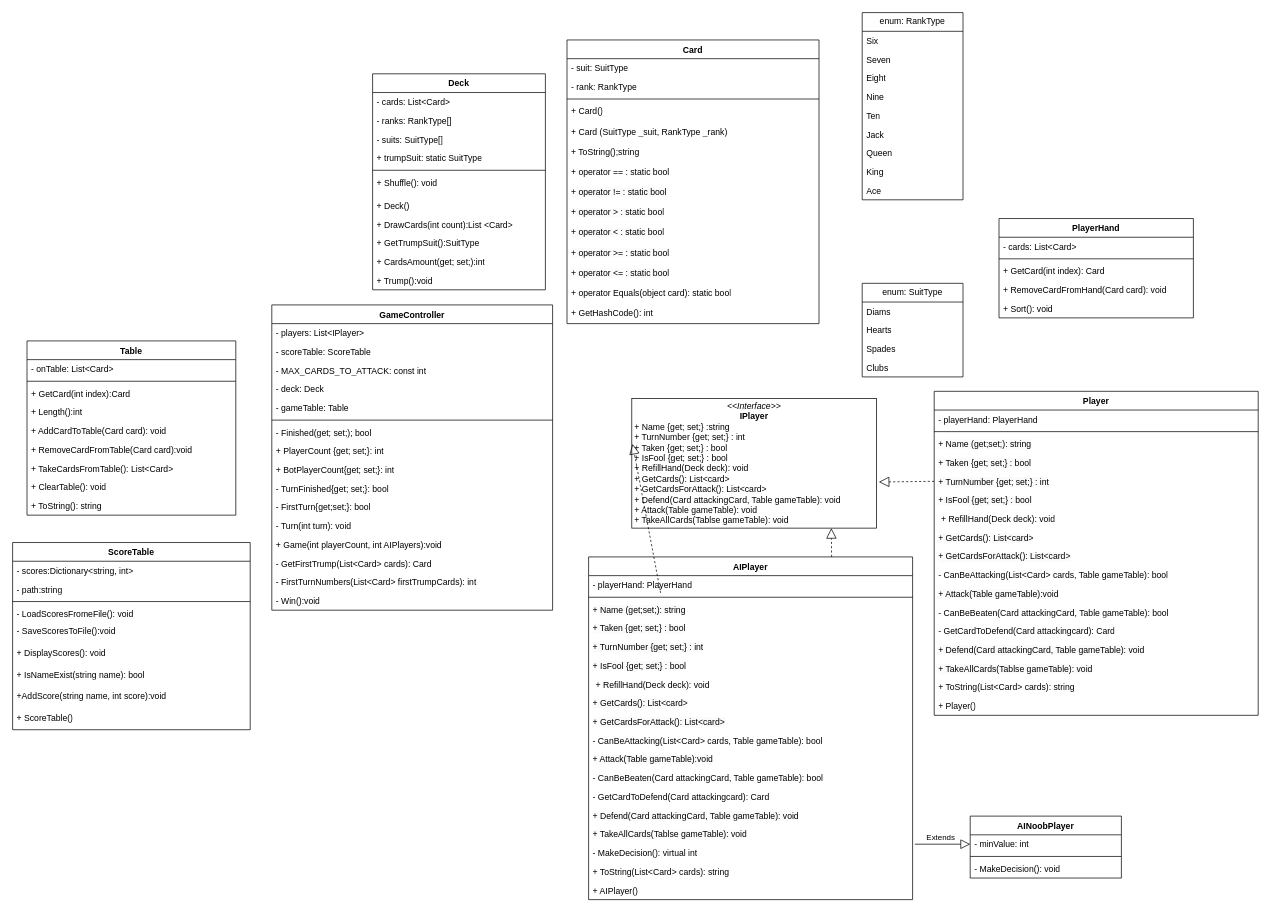
Earlier version of the draw.io diagram Docs/ДуракМодель.drawio (Stebusha/TheFool). Source tidied: cells renumbered, new cells numbered last; positions are measured from the earlier drawing's top-left corner, leaving out a move shared by most shapes. Both pictures are drawn from the tidied source at 72%, with x=0, y=0 at pixel (12, 12).
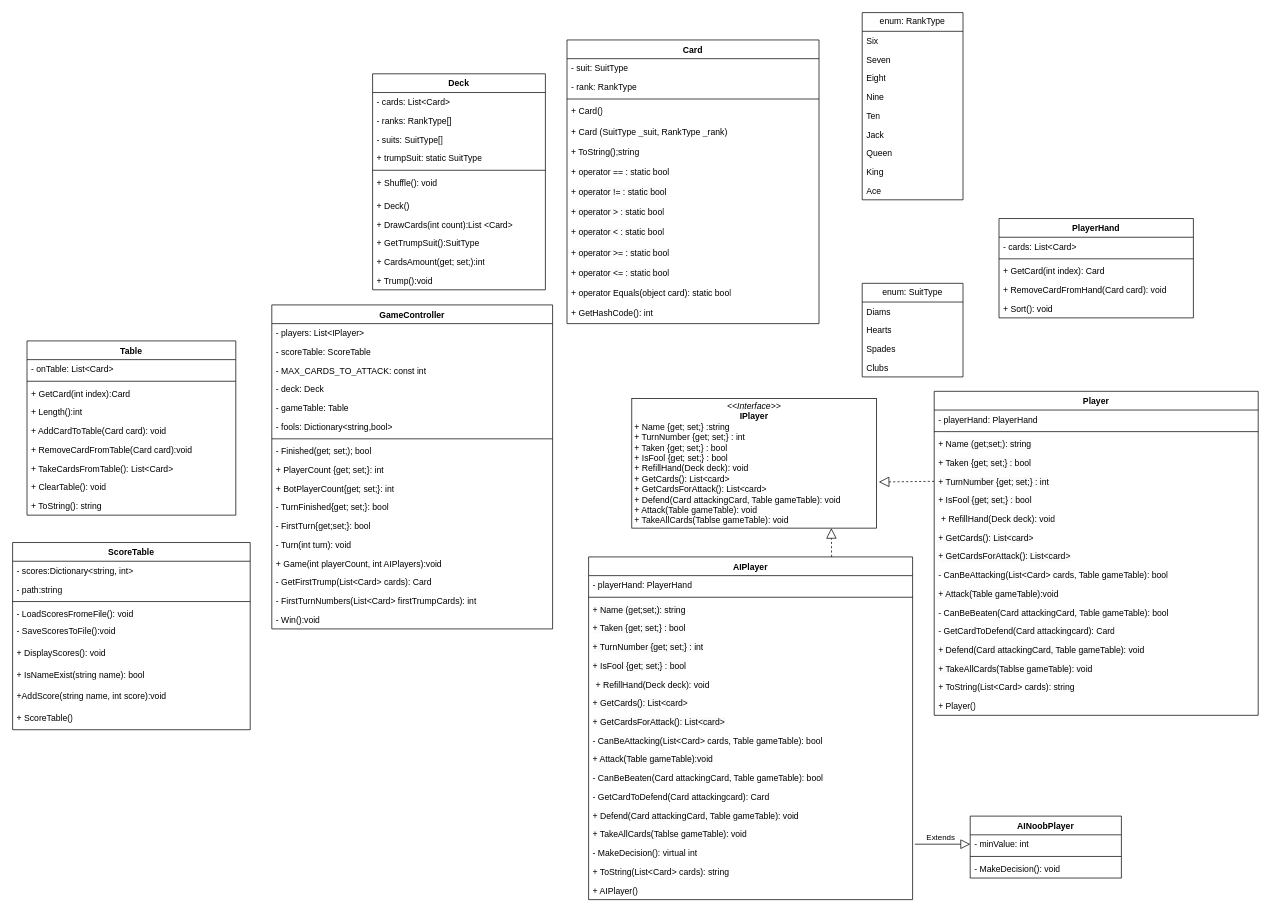
The same page after the edit.

The change refers to these unchanged cells:
```xml
<mxCell id="2" value="&lt;p style=&quot;margin:0px;margin-top:4px;text-align:center;&quot;&gt;&lt;i&gt;&amp;lt;&amp;lt;Interface&amp;gt;&amp;gt;&lt;/i&gt;&lt;br&gt;&lt;b&gt;IPlayer&lt;/b&gt;&lt;/p&gt;&lt;p style=&quot;margin:0px;margin-left:4px;&quot;&gt;&lt;/p&gt;&lt;p style=&quot;margin:0px;margin-left:4px;&quot;&gt;+ Name {get; set;} :string&lt;/p&gt;&lt;p style=&quot;margin:0px;margin-left:4px;&quot;&gt;+ TurnNumber {get; set;} : int&lt;/p&gt;&lt;p style=&quot;margin:0px;margin-left:4px;&quot;&gt;+ Taken {get; set;} : bool&lt;/p&gt;&lt;p style=&quot;margin:0px;margin-left:4px;&quot;&gt;+ IsFool {get; set;} : bool&lt;/p&gt;&lt;p style=&quot;margin:0px;margin-left:4px;&quot;&gt;&lt;span style=&quot;background-color: initial;&quot;&gt;+ RefillHand(Deck deck): void&lt;/span&gt;&lt;br&gt;&lt;/p&gt;&lt;p style=&quot;margin:0px;margin-left:4px;&quot;&gt;&lt;span style=&quot;background-color: initial;&quot;&gt;+ GetCards(): List&amp;lt;card&amp;gt;&lt;/span&gt;&lt;/p&gt;&lt;p style=&quot;margin:0px;margin-left:4px;&quot;&gt;+ GetCardsForAttack(): List&amp;lt;card&amp;gt;&lt;span style=&quot;background-color: initial;&quot;&gt;&lt;br&gt;&lt;/span&gt;&lt;/p&gt;&lt;p style=&quot;margin:0px;margin-left:4px;&quot;&gt;+ Defend(Card attackingCard, Table gameTable&lt;span style=&quot;background-color: initial;&quot;&gt;): void&lt;/span&gt;&lt;/p&gt;&lt;p style=&quot;margin:0px;margin-left:4px;&quot;&gt;+ Attack(Table gameTable&lt;span style=&quot;background-color: initial;&quot;&gt;): void&lt;/span&gt;&lt;/p&gt;&lt;p style=&quot;margin:0px;margin-left:4px;&quot;&gt;+ TakeAllCards(Tablse gameTable): void&lt;br&gt;&lt;/p&gt;" style="verticalAlign=top;align=left;overflow=fill;html=1;whiteSpace=wrap;" parent="1" vertex="1">
  <mxGeometry x="860" y="536" width="340" height="180" as="geometry" />
</mxCell>
```

What changed in the source:
```diff
@@
     <mxCell id="18" value="GameController" style="swimlane;fontStyle=1;align=center;verticalAlign=top;horizontal=1;startSize=26;whiteSpace=wrap;html=1;" parent="1" vertex="1">
-      <mxGeometry x="360" y="406" width="390" height="424" as="geometry" />
+      <mxGeometry x="360" y="406" width="390" height="450" as="geometry" />
     </mxCell>
@@
+    <mxCell id="133" value="- fools: Dictionary&amp;lt;string,bool&amp;gt;" style="text;strokeColor=none;fillColor=none;align=left;verticalAlign=top;spacingLeft=4;spacingRight=4;overflow=hidden;whiteSpace=wrap;html=1;" parent="18" vertex="1">
+      <mxGeometry y="156" width="390" height="26" as="geometry" />
+    </mxCell>
     <mxCell id="24" style="line;strokeWidth=1;fillColor=none;align=left;verticalAlign=middle;spacingTop=-1;spacingLeft=3;spacingRight=3;labelPosition=right;strokeColor=inherit;" parent="18" vertex="1">
-      <mxGeometry y="156" width="390" height="8" as="geometry" />
+      <mxGeometry y="182" width="390" height="8" as="geometry" />
     </mxCell>
     <mxCell id="25" value="- Finished(get; set;); bool" style="text;strokeColor=none;fillColor=none;align=left;verticalAlign=top;spacingLeft=4;spacingRight=4;overflow=hidden;whiteSpace=wrap;html=1;" parent="18" vertex="1">
-      <mxGeometry y="164" width="390" height="26" as="geometry" />
+      <mxGeometry y="190" width="390" height="26" as="geometry" />
     </mxCell>
     <mxCell id="26" value="+ PlayerCount {get; set;}: int" style="text;strokeColor=none;fillColor=none;align=left;verticalAlign=top;spacingLeft=4;spacingRight=4;overflow=hidden;whiteSpace=wrap;html=1;" parent="18" vertex="1">
-      <mxGeometry y="190" width="390" height="26" as="geometry" />
+      <mxGeometry y="216" width="390" height="26" as="geometry" />
     </mxCell>
     <mxCell id="27" value="+ BotPlayerCount{get; set;}: int" style="text;strokeColor=none;fillColor=none;align=left;verticalAlign=top;spacingLeft=4;spacingRight=4;overflow=hidden;whiteSpace=wrap;html=1;" parent="18" vertex="1">
-      <mxGeometry y="216" width="390" height="26" as="geometry" />
+      <mxGeometry y="242" width="390" height="26" as="geometry" />
     </mxCell>
     <mxCell id="28" value="- TurnFinished{get; set;}: bool" style="text;strokeColor=none;fillColor=none;align=left;verticalAlign=top;spacingLeft=4;spacingRight=4;overflow=hidden;whiteSpace=wrap;html=1;" parent="18" vertex="1">
-      <mxGeometry y="242" width="390" height="26" as="geometry" />
+      <mxGeometry y="268" width="390" height="26" as="geometry" />
     </mxCell>
     <mxCell id="29" value="- FirstTurn{get;set;}: bool" style="text;strokeColor=none;fillColor=none;align=left;verticalAlign=top;spacingLeft=4;spacingRight=4;overflow=hidden;whiteSpace=wrap;html=1;" parent="18" vertex="1">
-      <mxGeometry y="268" width="390" height="26" as="geometry" />
+      <mxGeometry y="294" width="390" height="26" as="geometry" />
     </mxCell>
     <mxCell id="30" value="- Turn(int turn): void" style="text;strokeColor=none;fillColor=none;align=left;verticalAlign=top;spacingLeft=4;spacingRight=4;overflow=hidden;whiteSpace=wrap;html=1;" parent="18" vertex="1">
-      <mxGeometry y="294" width="390" height="26" as="geometry" />
+      <mxGeometry y="320" width="390" height="26" as="geometry" />
     </mxCell>
     <mxCell id="31" value="+ Game(int playerCount, int AIPlayers):void" style="text;strokeColor=none;fillColor=none;align=left;verticalAlign=top;spacingLeft=4;spacingRight=4;overflow=hidden;whiteSpace=wrap;html=1;" parent="18" vertex="1">
-      <mxGeometry y="320" width="390" height="26" as="geometry" />
+      <mxGeometry y="346" width="390" height="26" as="geometry" />
     </mxCell>
     <mxCell id="32" value="- GetFirstTrump(List&amp;lt;Card&amp;gt; cards): Card" style="text;strokeColor=none;fillColor=none;align=left;verticalAlign=top;spacingLeft=4;spacingRight=4;overflow=hidden;whiteSpace=wrap;html=1;" parent="18" vertex="1">
-      <mxGeometry y="346" width="390" height="26" as="geometry" />
+      <mxGeometry y="372" width="390" height="26" as="geometry" />
     </mxCell>
     <mxCell id="33" value="- FirstTurnNumbers(List&amp;lt;Card&amp;gt; firstTrumpCards): int" style="text;strokeColor=none;fillColor=none;align=left;verticalAlign=top;spacingLeft=4;spacingRight=4;overflow=hidden;whiteSpace=wrap;html=1;" parent="18" vertex="1">
-      <mxGeometry y="372" width="390" height="26" as="geometry" />
+      <mxGeometry y="398" width="390" height="26" as="geometry" />
     </mxCell>
     <mxCell id="34" value="- Win():void" style="text;strokeColor=none;fillColor=none;align=left;verticalAlign=top;spacingLeft=4;spacingRight=4;overflow=hidden;whiteSpace=wrap;html=1;" parent="18" vertex="1">
-      <mxGeometry y="398" width="390" height="26" as="geometry" />
+      <mxGeometry y="424" width="390" height="26" as="geometry" />
     </mxCell>
@@
-    <mxCell id="92" style="endArrow=block;dashed=1;endFill=0;endSize=12;html=1;rounded=0;exitX=1;exitY=1;exitDx=0;exitDy=0;exitPerimeter=0;entryX=0.003;entryY=0.35;entryDx=0;entryDy=0;entryPerimeter=0;" parent="1" edge="1" target="2">
-      <mxGeometry relative="1" as="geometry">
-        <mxPoint x="900" y="806" as="sourcePoint" />
-      </mxGeometry>
-    </mxCell>
```
